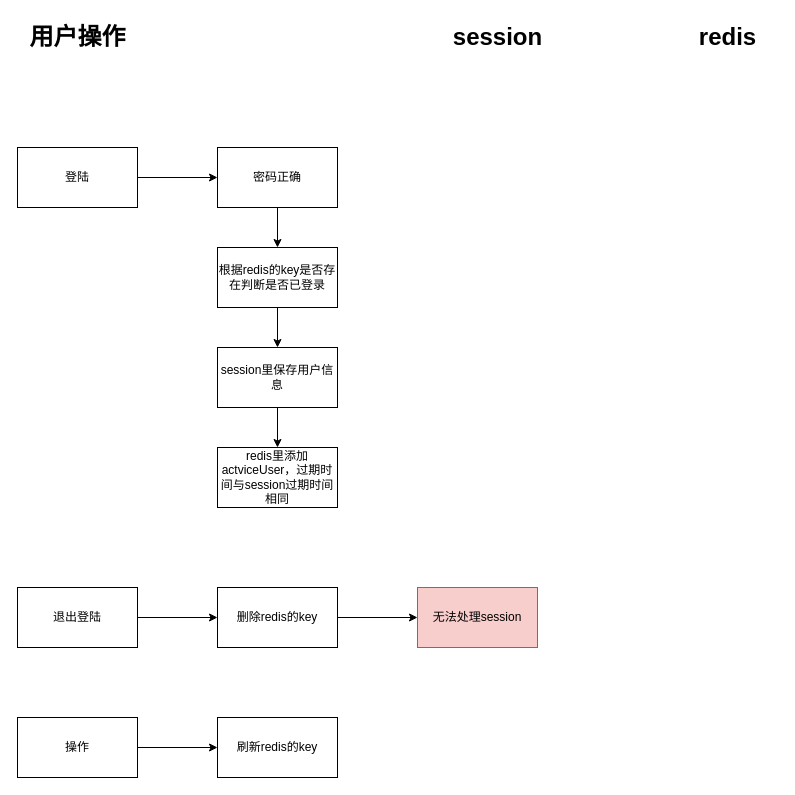
The draw.io diagram page "第 14 页" (14 of 14) of znxd业务.drawio in k525056857/mfr, before the edit. Source tidied: cells renumbered, new cells numbered last; positions are measured from the earlier drawing's top-left corner, leaving out a move shared by most shapes. Both pictures are drawn from the tidied source at 100%, with x=0, y=0 at pixel (17, 17).
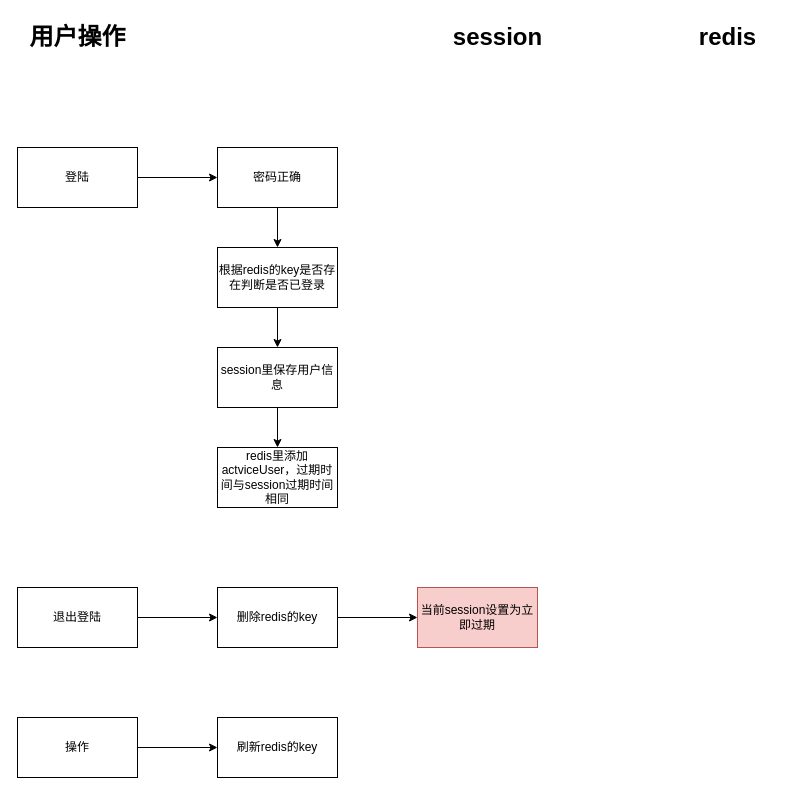
The same diagram, later.

Diff of the diagram source:
```diff
@@
-    <mxCell id="21" value="无法处理session" style="rounded=0;whiteSpace=wrap;html=1;fillColor=#f8cecc;strokeColor=#b85450;" parent="1" vertex="1">
+    <mxCell id="21" value="当前session设置为立即过期" style="rounded=0;whiteSpace=wrap;html=1;fillColor=#f8cecc;strokeColor=#b85450;" parent="1" vertex="1">
       <mxGeometry x="400" y="570" width="120" height="60" as="geometry" />
     </mxCell>
```
